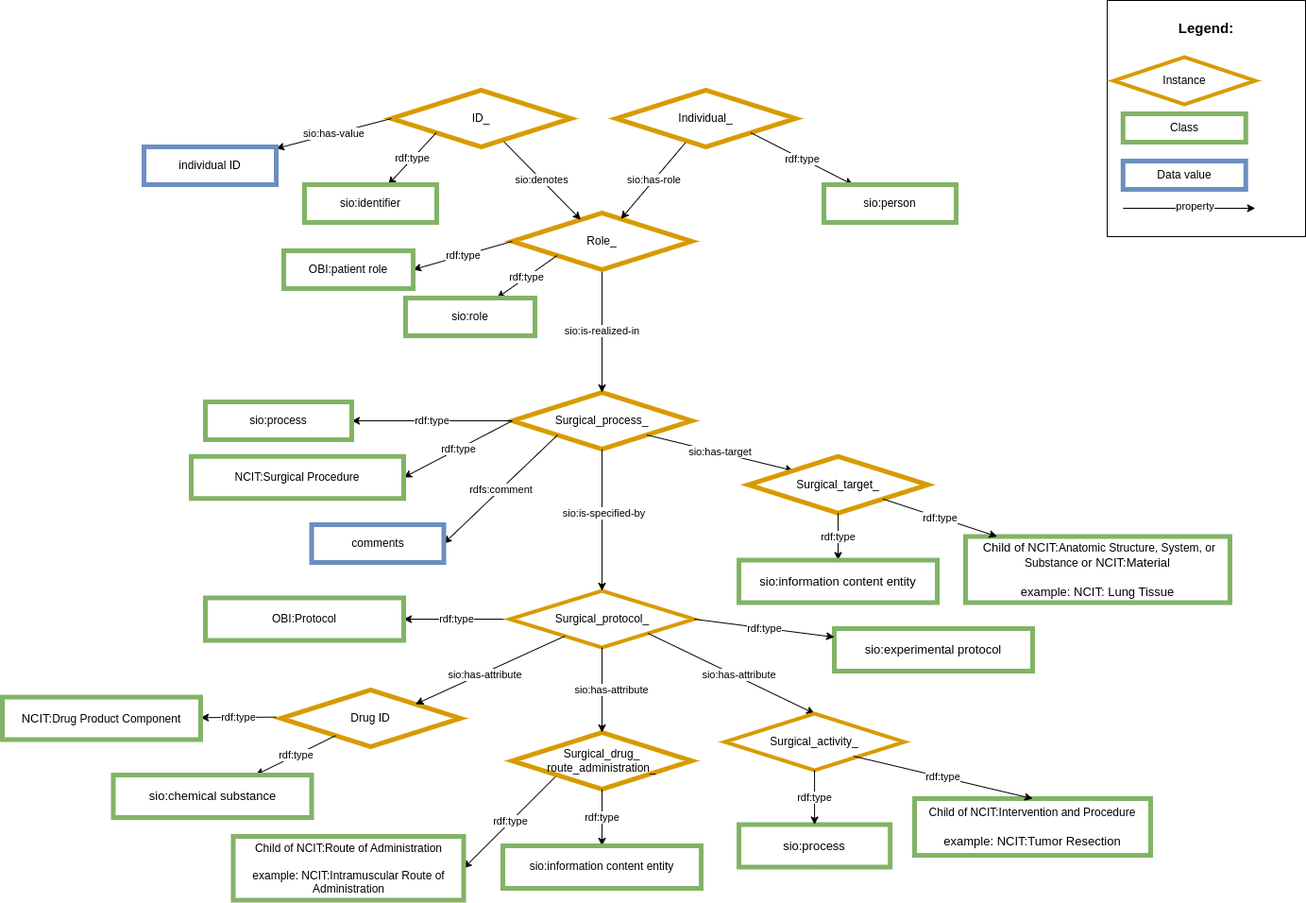
This is images/CARE-SM-Surgery.png from CARE-SM/CARE-Semantic-Model, a draw.io export, as it was before one commit. Source tidied: cells renumbered, new cells last; positions are measured from the earlier drawing's top-left corner, leaving out a move shared by most shapes.
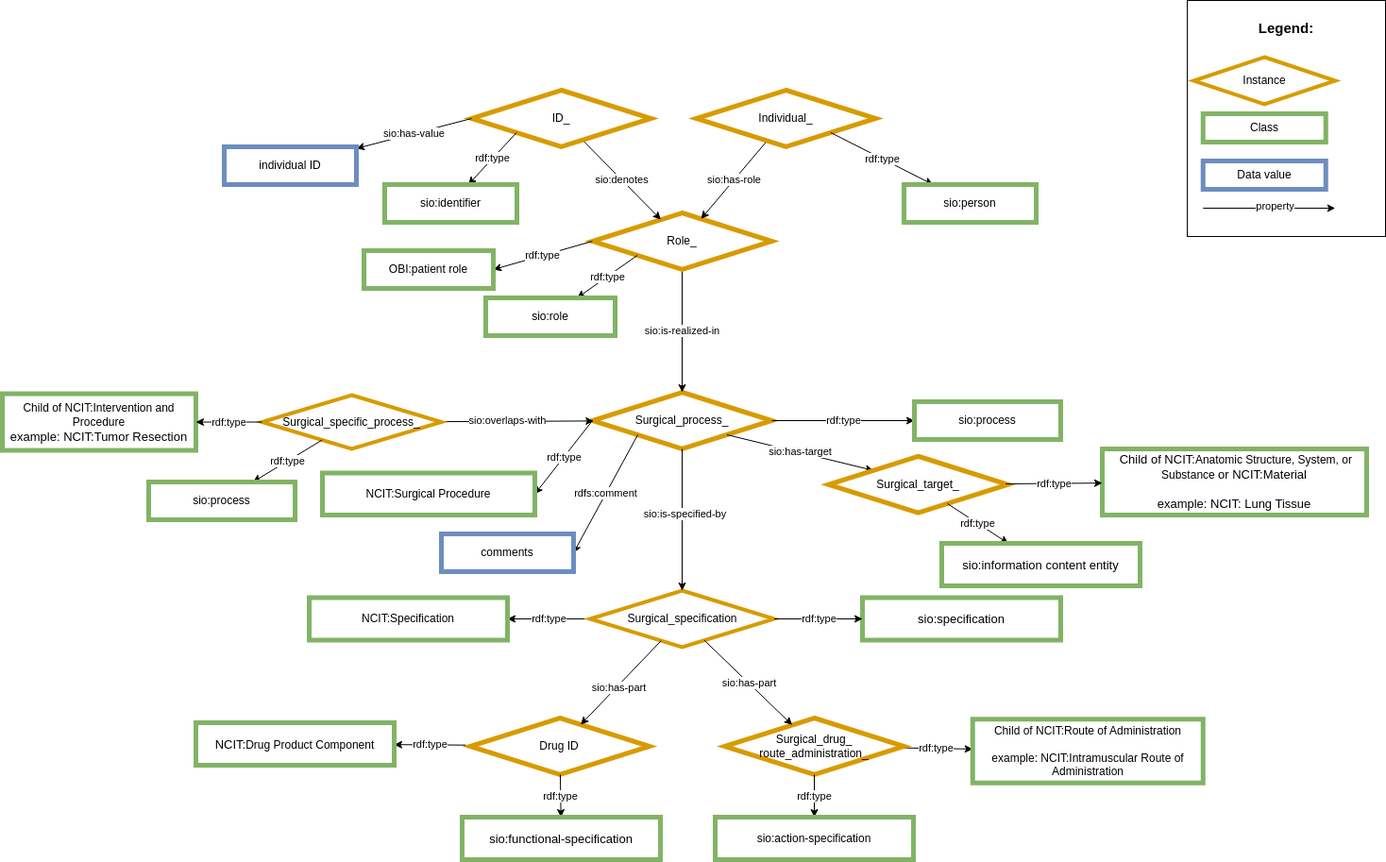
After the commit.

Diff of the diagram source:
```diff
@@ -8,11 +8,11 @@
     <mxCell id="3" value="&lt;span style=&quot;color: rgb(0, 0, 0); font-family: Helvetica; font-size: 11px; font-style: normal; font-variant-ligatures: normal; font-variant-caps: normal; font-weight: 400; letter-spacing: normal; orphans: 2; text-align: center; text-indent: 0px; text-transform: none; widows: 2; word-spacing: 0px; -webkit-text-stroke-width: 0px; background-color: rgb(255, 255, 255); text-decoration-thickness: initial; text-decoration-style: initial; text-decoration-color: initial; float: none; display: inline !important;&quot;&gt;sio:is-realized-in&lt;/span&gt;" style="rounded=0;jettySize=auto;html=1;exitX=0.5;exitY=1;exitDx=0;exitDy=0;entryX=0.5;entryY=0;entryDx=0;entryDy=0;" parent="1" edge="1" source="6" target="2">
       <mxGeometry relative="1" as="geometry" />
     </mxCell>
-    <mxCell id="4" value="rdf:type" style="edgeStyle=none;rounded=0;jettySize=auto;html=1;exitX=0;exitY=0.5;exitDx=0;exitDy=0;" parent="1" edge="1" source="2" target="5">
+    <mxCell id="4" value="rdf:type" style="edgeStyle=none;rounded=0;jettySize=auto;html=1;" parent="1" edge="1" source="2" target="5">
       <mxGeometry relative="1" as="geometry" />
     </mxCell>
     <mxCell id="5" value="sio:process" style="whiteSpace=wrap;html=1;fillColor=#FFFFFF;strokeColor=#82b366;strokeWidth=5;" parent="1" vertex="1">
-      <mxGeometry x="215" y="425" width="155" height="40" as="geometry" />
+      <mxGeometry x="881" y="425" width="155" height="40" as="geometry" />
     </mxCell>
     <mxCell id="6" value="Role_" style="rhombus;whiteSpace=wrap;html=1;fillColor=#FFFFFF;strokeColor=#d79b00;strokeWidth=5;" parent="1" vertex="1">
       <mxGeometry x="540" y="225" width="190" height="60" as="geometry" />
@@ -58,11 +58,11 @@
     <mxCell id="19" value="Surgical_target_" style="rhombus;whiteSpace=wrap;html=1;fillColor=#FFFFFF;strokeColor=#d79b00;strokeWidth=5;" parent="1" vertex="1">
       <mxGeometry x="790" y="482.8" width="190" height="60" as="geometry" />
     </mxCell>
-    <mxCell id="20" value="rdf:type" style="edgeStyle=none;rounded=0;jettySize=auto;html=1;exitX=0.5;exitY=1;exitDx=0;exitDy=0;" parent="1" edge="1" source="19" target="21">
+    <mxCell id="20" value="rdf:type" style="edgeStyle=none;rounded=0;jettySize=auto;html=1;" parent="1" edge="1" source="19" target="21">
       <mxGeometry relative="1" as="geometry" />
     </mxCell>
     <mxCell id="21" value="&lt;font size=&quot;2&quot;&gt;sio:information content entity&lt;/font&gt;" style="whiteSpace=wrap;html=1;fillColor=#FFFFFF;strokeColor=#82b366;strokeWidth=5;" parent="1" vertex="1">
-      <mxGeometry x="780" y="592.5" width="210" height="45" as="geometry" />
+      <mxGeometry x="910" y="575" width="210" height="45" as="geometry" />
     </mxCell>
     <mxCell id="22" value="sio:has-value" style="rounded=0;jettySize=auto;html=1;exitX=0;exitY=0.5;exitDx=0;exitDy=0;" parent="1" edge="1" source="8" target="23">
       <mxGeometry relative="1" as="geometry" />
@@ -80,12 +80,12 @@
       <mxGeometry relative="1" as="geometry" />
     </mxCell>
     <mxCell id="27" value="NCIT:Surgical Procedure" style="whiteSpace=wrap;html=1;fillColor=#FFFFFF;strokeColor=#82b366;strokeWidth=5;" parent="1" vertex="1">
-      <mxGeometry x="200" y="482.8" width="225" height="44.5" as="geometry" />
+      <mxGeometry x="254" y="500.5" width="225" height="44.5" as="geometry" />
     </mxCell>
     <mxCell id="28" value="&lt;font style=&quot;border-color: var(--border-color);&quot; size=&quot;2&quot;&gt;&amp;nbsp;Child of NCIT:&lt;/font&gt;Anatomic Structure, System, or Substance&amp;nbsp;&lt;font size=&quot;2&quot;&gt;or NCIT:Material&lt;br&gt;&lt;br&gt;example: NCIT: Lung Tissue&lt;br&gt;&lt;/font&gt;" style="whiteSpace=wrap;html=1;fillColor=#FFFFFF;strokeColor=#82b366;strokeWidth=5;" parent="1" vertex="1">
-      <mxGeometry x="1020" y="567.5" width="280" height="70" as="geometry" />
+      <mxGeometry x="1080" y="475" width="280" height="70" as="geometry" />
     </mxCell>
-    <mxCell id="29" value="rdf:type" style="edgeStyle=none;rounded=0;jettySize=auto;html=1;exitX=1;exitY=1;exitDx=0;exitDy=0;" parent="1" edge="1" source="19" target="28">
+    <mxCell id="29" value="rdf:type" style="edgeStyle=none;rounded=0;jettySize=auto;html=1;" parent="1" edge="1" source="19" target="28">
       <mxGeometry relative="1" as="geometry" />
     </mxCell>
     <mxCell id="30" value="rdfs:comment" style="rounded=0;jettySize=auto;html=1;exitX=0;exitY=1;exitDx=0;exitDy=0;entryX=1;entryY=0.5;entryDx=0;entryDy=0;" parent="1" edge="1" target="31">
@@ -94,7 +94,7 @@
       </mxGeometry>
     </mxCell>
     <mxCell id="31" value="comments" style="whiteSpace=wrap;html=1;fillColor=#FFFFFF;strokeColor=#6c8ebf;strokeWidth=5;" parent="1" vertex="1">
-      <mxGeometry x="327.5" y="555" width="140" height="40" as="geometry" />
+      <mxGeometry x="380" y="565" width="140" height="40" as="geometry" />
     </mxCell>
     <mxCell id="32" value="&lt;div style=&quot;text-align: left; font-size: 15px;&quot;&gt;&lt;span style=&quot;background-color: initial;&quot;&gt;&lt;b style=&quot;&quot;&gt;&lt;font style=&quot;font-size: 15px;&quot;&gt;Legend:&lt;/font&gt;&lt;/b&gt;&lt;/span&gt;&lt;/div&gt;&lt;div style=&quot;text-align: left; font-size: 15px;&quot;&gt;&lt;span style=&quot;background-color: initial;&quot;&gt;&lt;br&gt;&lt;/span&gt;&lt;/div&gt;&lt;div style=&quot;text-align: left;&quot;&gt;&lt;span style=&quot;background-color: initial;&quot;&gt;&lt;br&gt;&lt;/span&gt;&lt;/div&gt;&lt;div style=&quot;text-align: left;&quot;&gt;&lt;span style=&quot;background-color: initial;&quot;&gt;&lt;br&gt;&lt;/span&gt;&lt;/div&gt;&lt;div style=&quot;text-align: left;&quot;&gt;&lt;br&gt;&lt;/div&gt;&lt;div style=&quot;text-align: left;&quot;&gt;&lt;br&gt;&lt;/div&gt;&lt;div style=&quot;text-align: left;&quot;&gt;&lt;br&gt;&lt;/div&gt;&lt;div style=&quot;text-align: left;&quot;&gt;&lt;br&gt;&lt;/div&gt;&lt;div style=&quot;text-align: left;&quot;&gt;&lt;br&gt;&lt;/div&gt;&lt;div style=&quot;text-align: left;&quot;&gt;&lt;span style=&quot;background-color: initial;&quot;&gt;&lt;br&gt;&lt;/span&gt;&lt;/div&gt;&lt;div style=&quot;text-align: left;&quot;&gt;&lt;span style=&quot;background-color: initial;&quot;&gt;&lt;br&gt;&lt;/span&gt;&lt;/div&gt;&lt;div style=&quot;text-align: left;&quot;&gt;&lt;span style=&quot;background-color: initial;&quot;&gt;&lt;br&gt;&lt;/span&gt;&lt;/div&gt;&lt;div style=&quot;text-align: left;&quot;&gt;&lt;span style=&quot;background-color: initial;&quot;&gt;&lt;br&gt;&lt;/span&gt;&lt;/div&gt;&lt;div style=&quot;text-align: left;&quot;&gt;&lt;span style=&quot;background-color: initial;&quot;&gt;&lt;br&gt;&lt;/span&gt;&lt;/div&gt;" style="rounded=0;whiteSpace=wrap;html=1;" parent="1" vertex="1">
       <mxGeometry x="1170" width="210" height="250" as="geometry" />
@@ -115,60 +115,60 @@
       </mxGeometry>
     </mxCell>
     <mxCell id="37" value="Drug ID" style="rhombus;whiteSpace=wrap;html=1;fillColor=#FFFFFF;strokeColor=#d79b00;strokeWidth=5;" parent="1" vertex="1">
-      <mxGeometry x="295" y="730" width="190" height="60" as="geometry" />
+      <mxGeometry x="410.5" y="760" width="190" height="60" as="geometry" />
     </mxCell>
     <mxCell id="38" value="rdf:type" style="edgeStyle=none;rounded=0;jettySize=auto;html=1;" parent="1" edge="1" source="48" target="39">
       <mxGeometry relative="1" as="geometry" />
     </mxCell>
-    <mxCell id="39" value="OBI:Protocol" style="whiteSpace=wrap;html=1;fillColor=#FFFFFF;strokeColor=#82b366;strokeWidth=5;" parent="1" vertex="1">
-      <mxGeometry x="215" y="632.5" width="210" height="45" as="geometry" />
+    <mxCell id="39" value="NCIT:Specification" style="whiteSpace=wrap;html=1;fillColor=#FFFFFF;strokeColor=#82b366;strokeWidth=5;" parent="1" vertex="1">
+      <mxGeometry x="240" y="632.5" width="210" height="45" as="geometry" />
     </mxCell>
     <mxCell id="40" value="rdf:type" style="edgeStyle=none;rounded=0;jettySize=auto;html=1;" parent="1" edge="1" source="37" target="54">
       <mxGeometry relative="1" as="geometry" />
     </mxCell>
-    <mxCell id="41" value="rdf:type" style="edgeStyle=none;rounded=0;jettySize=auto;html=1;exitX=0;exitY=1;exitDx=0;exitDy=0;entryX=1;entryY=0.5;entryDx=0;entryDy=0;" parent="1" edge="1" source="45" target="42">
+    <mxCell id="41" value="rdf:type" style="edgeStyle=none;rounded=0;jettySize=auto;html=1;" parent="1" edge="1" source="45" target="42">
       <mxGeometry relative="1" as="geometry" />
     </mxCell>
     <mxCell id="42" value="Child of NCIT:Route of Administration&lt;br style=&quot;border-color: var(--border-color);&quot;&gt;&lt;br style=&quot;border-color: var(--border-color);&quot;&gt;example: NCIT:Intramuscular Route of Administration" style="whiteSpace=wrap;html=1;fillColor=#FFFFFF;strokeColor=#82b366;strokeWidth=5;" parent="1" vertex="1">
-      <mxGeometry x="244.5" y="885" width="244" height="67.5" as="geometry" />
+      <mxGeometry x="942.8" y="761.2" width="244" height="67.5" as="geometry" />
     </mxCell>
     <mxCell id="43" value="rdf:type" style="edgeStyle=none;rounded=0;jettySize=auto;html=1;exitX=-0.025;exitY=0.478;exitDx=0;exitDy=0;exitPerimeter=0;" parent="1" edge="1" source="37" target="44">
       <mxGeometry relative="1" as="geometry" />
     </mxCell>
     <mxCell id="44" value="&lt;font size=&quot;2&quot;&gt;NCIT:&lt;/font&gt;Drug Product Component" style="whiteSpace=wrap;html=1;fillColor=#FFFFFF;strokeColor=#82b366;strokeWidth=5;" parent="1" vertex="1">
-      <mxGeometry y="737.5" width="210" height="45" as="geometry" />
+      <mxGeometry x="120" y="765" width="210" height="45" as="geometry" />
     </mxCell>
     <mxCell id="45" value="Surgical_drug_&lt;br&gt;route_administration_" style="rhombus;whiteSpace=wrap;html=1;fillColor=#FFFFFF;strokeColor=#d79b00;strokeWidth=5;" parent="1" vertex="1">
-      <mxGeometry x="540" y="775" width="190" height="60" as="geometry" />
+      <mxGeometry x="680" y="760" width="190" height="60" as="geometry" />
     </mxCell>
     <mxCell id="46" value="rdf:type" style="edgeStyle=none;rounded=0;jettySize=auto;html=1;exitX=0.5;exitY=1;exitDx=0;exitDy=0;entryX=0.5;entryY=0;entryDx=0;entryDy=0;" parent="1" edge="1" source="45" target="47">
       <mxGeometry relative="1" as="geometry" />
     </mxCell>
-    <mxCell id="47" value="sio:information content entity" style="whiteSpace=wrap;html=1;fillColor=#FFFFFF;strokeColor=#82b366;strokeWidth=5;" parent="1" vertex="1">
-      <mxGeometry x="530" y="895" width="210" height="45" as="geometry" />
+    <mxCell id="47" value="sio:action-specification" style="whiteSpace=wrap;html=1;fillColor=#FFFFFF;strokeColor=#82b366;strokeWidth=5;" parent="1" vertex="1">
+      <mxGeometry x="670" y="865" width="210" height="45" as="geometry" />
     </mxCell>
-    <mxCell id="48" value="Surgical_protocol_" style="rhombus;whiteSpace=wrap;html=1;fillColor=#FFFFFF;strokeColor=#D79B00;perimeter=rhombusPerimeter;arcSize=20;comic=0;enumerate=0;strokeWidth=4;rounded=0;" parent="1" vertex="1">
+    <mxCell id="48" value="Surgical_specification" style="rhombus;whiteSpace=wrap;html=1;fillColor=#FFFFFF;strokeColor=#D79B00;perimeter=rhombusPerimeter;arcSize=20;comic=0;enumerate=0;strokeWidth=4;rounded=0;" parent="1" vertex="1">
       <mxGeometry x="537.5" y="625" width="195" height="60" as="geometry" />
     </mxCell>
-    <mxCell id="49" style="edgeStyle=none;rounded=0;jettySize=auto;html=1;entryX=0.5;entryY=0;entryDx=0;entryDy=0;" parent="1" edge="1" source="48" target="45">
+    <mxCell id="49" style="edgeStyle=none;rounded=0;jettySize=auto;html=1;" parent="1" edge="1" source="48" target="45">
       <mxGeometry relative="1" as="geometry" />
     </mxCell>
-    <mxCell id="50" value="sio:has-attribute" style="edgeLabel;html=1;align=center;verticalAlign=middle;" parent="49" vertex="1">
+    <mxCell id="50" value="sio:has-part" style="edgeLabel;html=1;align=center;verticalAlign=middle;" parent="49" vertex="1">
       <mxGeometry x="-0.21" y="-1" relative="1" as="geometry">
         <mxPoint x="11" y="9" as="offset" />
       </mxGeometry>
     </mxCell>
-    <mxCell id="51" value="&lt;font size=&quot;2&quot;&gt;sio:experimental protocol&lt;/font&gt;" style="whiteSpace=wrap;html=1;fillColor=#FFFFFF;strokeColor=#82b366;strokeWidth=5;" parent="1" vertex="1">
-      <mxGeometry x="881" y="665" width="210" height="45" as="geometry" />
+    <mxCell id="51" value="&lt;font size=&quot;2&quot;&gt;sio:specification&lt;/font&gt;" style="whiteSpace=wrap;html=1;fillColor=#FFFFFF;strokeColor=#82b366;strokeWidth=5;" parent="1" vertex="1">
+      <mxGeometry x="826" y="632.5" width="210" height="45" as="geometry" />
     </mxCell>
     <mxCell id="52" value="rdf:type" style="edgeStyle=none;rounded=0;jettySize=auto;html=1;exitX=1;exitY=0.5;exitDx=0;exitDy=0;" parent="1" edge="1" source="48" target="51">
       <mxGeometry relative="1" as="geometry" />
     </mxCell>
-    <mxCell id="53" value="sio:has-attribute" style="rounded=0;jettySize=auto;html=1;entryX=1;entryY=0;entryDx=0;entryDy=0;" parent="1" edge="1" source="48" target="37">
+    <mxCell id="53" value="sio:has-part" style="rounded=0;jettySize=auto;html=1;" parent="1" edge="1" source="48" target="37">
       <mxGeometry x="0.09" y="2" relative="1" as="geometry" />
     </mxCell>
-    <mxCell id="54" value="&lt;font size=&quot;2&quot;&gt;sio:&lt;/font&gt;&lt;font size=&quot;2&quot;&gt;chemical substance&lt;/font&gt;" style="whiteSpace=wrap;html=1;fillColor=#FFFFFF;strokeColor=#82b366;strokeWidth=5;" parent="1" vertex="1">
-      <mxGeometry x="117.5" y="820" width="210" height="45" as="geometry" />
+    <mxCell id="54" value="&lt;font size=&quot;2&quot;&gt;sio:functional-specification&lt;/font&gt;" style="whiteSpace=wrap;html=1;fillColor=#FFFFFF;strokeColor=#82b366;strokeWidth=5;" parent="1" vertex="1">
+      <mxGeometry x="402" y="865" width="210" height="45" as="geometry" />
     </mxCell>
     <mxCell id="55" style="edgeStyle=none;rounded=0;jettySize=auto;html=1;exitX=0.5;exitY=1;exitDx=0;exitDy=0;entryX=0.5;entryY=0;entryDx=0;entryDy=0;" parent="1" edge="1" target="48">
       <mxGeometry relative="1" as="geometry">
@@ -180,23 +180,28 @@
         <mxPoint x="3" y="8" as="offset" />
       </mxGeometry>
     </mxCell>
-    <mxCell id="57" value="sio:has-attribute" style="rounded=0;jettySize=auto;html=1;exitX=1;exitY=1;exitDx=0;exitDy=0;entryX=0.5;entryY=0;entryDx=0;entryDy=0;" parent="1" edge="1" source="48" target="58">
-      <mxGeometry x="0.09" y="2" relative="1" as="geometry" />
-    </mxCell>
-    <mxCell id="58" value="Surgical_activity_" style="rhombus;whiteSpace=wrap;html=1;fillColor=#FFFFFF;strokeColor=#D79B00;perimeter=rhombusPerimeter;arcSize=20;comic=0;enumerate=0;strokeWidth=4;rounded=0;" parent="1" vertex="1">
-      <mxGeometry x="765.1" y="755" width="190" height="60" as="geometry" />
-    </mxCell>
+    <mxCell id="63" style="edgeStyle=none;rounded=0;jettySize=auto;html=1;" parent="1" edge="1" source="65" target="2">
+      <mxGeometry relative="1" as="geometry" />
+    </mxCell>
+    <mxCell id="64" value="sio:overlaps-with" style="edgeLabel;html=1;align=center;verticalAlign=middle;" parent="63" vertex="1">
+      <mxGeometry x="-0.21" y="-1" relative="1" as="geometry">
+        <mxPoint x="6" y="-2" as="offset" />
+      </mxGeometry>
+    </mxCell>
+    <mxCell id="65" value="Surgical_specific_process_" style="rhombus;whiteSpace=wrap;html=1;fillColor=#FFFFFF;strokeColor=#D79B00;perimeter=rhombusPerimeter;arcSize=20;comic=0;enumerate=0;strokeWidth=4;rounded=0;" parent="1" vertex="1">
+      <mxGeometry x="190" y="418" width="190" height="57" as="geometry" />
+    </mxCell>
+    <mxCell id="61" value="Child of NCIT:Intervention and Procedure&lt;font style=&quot;border-color: var(--border-color);&quot; size=&quot;2&quot;&gt;&lt;br style=&quot;border-color: var(--border-color);&quot;&gt;&lt;div style=&quot;border-color: var(--border-color);&quot;&gt;example: NCIT:Tumor Resection&lt;/div&gt;&lt;/font&gt;" style="whiteSpace=wrap;html=1;fillColor=#FFFFFF;strokeColor=#82b366;strokeWidth=5;" parent="1" vertex="1">
+      <mxGeometry x="-85" y="416.5" width="205" height="60" as="geometry" />
+    </mxCell>
+    <mxCell id="66" value="rdf:type" style="edgeStyle=none;rounded=0;jettySize=auto;html=1;" parent="1" edge="1" source="65" target="59">
+      <mxGeometry relative="1" as="geometry" />
+    </mxCell>
-    <mxCell id="59" value="&lt;font size=&quot;2&quot;&gt;sio:process&lt;/font&gt;" style="whiteSpace=wrap;html=1;fillColor=#FFFFFF;strokeColor=#82b366;strokeWidth=5;" parent="1" vertex="1">
-      <mxGeometry x="780" y="872.5" width="160.2" height="45" as="geometry" />
+    <mxCell id="59" value="sio:process" style="whiteSpace=wrap;html=1;fillColor=#FFFFFF;strokeColor=#82b366;strokeWidth=5;" parent="1" vertex="1">
+      <mxGeometry x="70" y="510" width="155" height="40" as="geometry" />
     </mxCell>
-    <mxCell id="60" value="rdf:type" style="edgeStyle=none;rounded=0;jettySize=auto;html=1;exitX=0.5;exitY=1;exitDx=0;exitDy=0;entryX=0.5;entryY=0;entryDx=0;entryDy=0;" parent="1" edge="1" source="58" target="59">
-      <mxGeometry relative="1" as="geometry" />
-    </mxCell>
-    <mxCell id="61" value="Child of NCIT:Intervention and Procedure&lt;br&gt;&lt;font style=&quot;border-color: var(--border-color);&quot; size=&quot;2&quot;&gt;&lt;br style=&quot;border-color: var(--border-color);&quot;&gt;&lt;div style=&quot;border-color: var(--border-color);&quot;&gt;example: NCIT:Tumor Resection&lt;/div&gt;&lt;/font&gt;" style="whiteSpace=wrap;html=1;fillColor=#FFFFFF;strokeColor=#82b366;strokeWidth=5;" parent="1" vertex="1">
-      <mxGeometry x="966" y="845" width="250" height="60" as="geometry" />
-    </mxCell>
-    <mxCell id="62" value="rdf:type" style="edgeStyle=none;rounded=0;jettySize=auto;html=1;exitX=0.716;exitY=0.75;exitDx=0;exitDy=0;entryX=0.5;entryY=0;entryDx=0;entryDy=0;exitPerimeter=0;" parent="1" edge="1" source="58" target="61">
-      <mxGeometry relative="1" as="geometry" />
-    </mxCell>
+    <mxCell id="67" value="rdf:type" style="edgeStyle=none;rounded=0;jettySize=auto;html=1;" parent="1" edge="1" source="65" target="61">
+      <mxGeometry relative="1" as="geometry" />
+    </mxCell>
   </root>
 </mxGraphModel>
```
